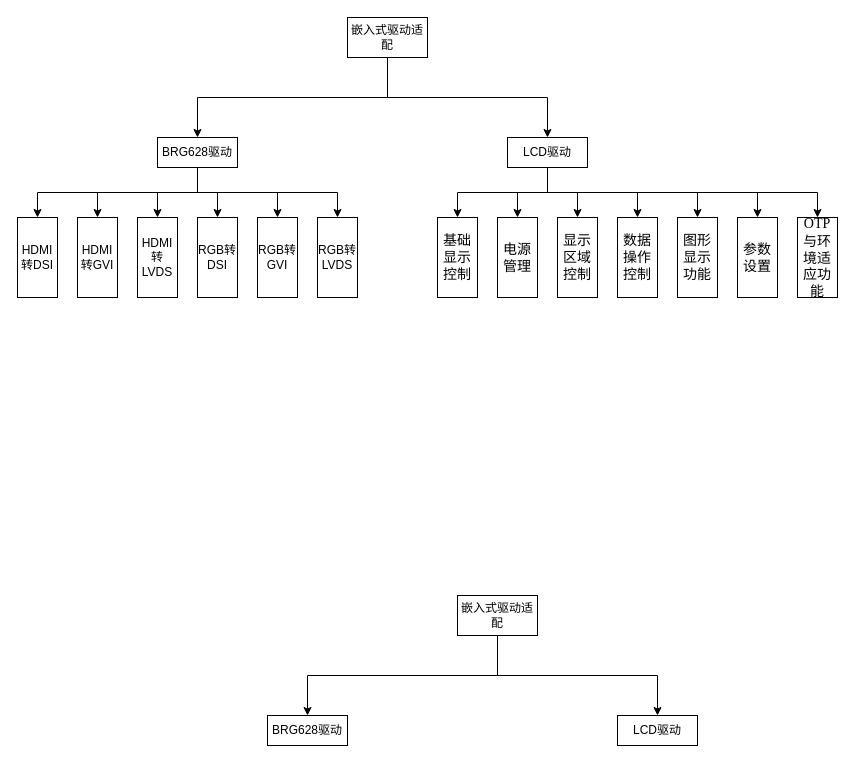
Earlier version of the draw.io diagram 软件能力图.drawio (hyyoxhk/hyyoxhk). Source tidied: cells renumbered, new cells numbered last; positions are measured from the earlier drawing's top-left corner, leaving out a move shared by most shapes. Both pictures are drawn from the tidied source at 100%, with x=0, y=0 at pixel (17, 17).
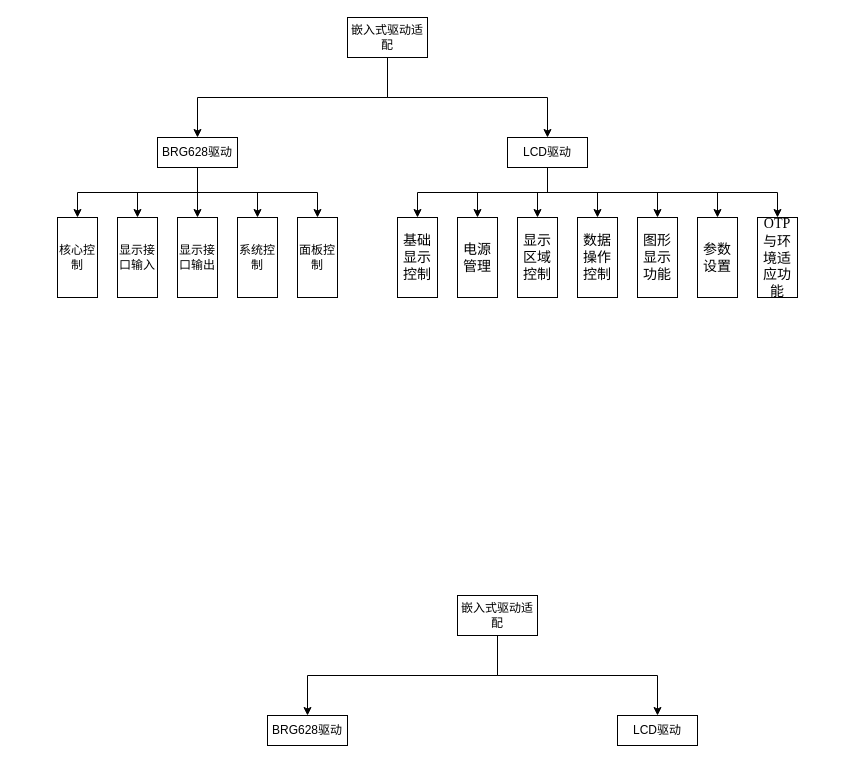
The same diagram, later.

Commit message:
更新软件能力图.drawio

Unchanged cells that the change refers to:
```xml
<mxCell id="11" value="BRG628驱动" style="rounded=0;whiteSpace=wrap;html=1;labelBackgroundColor=none;" parent="1" vertex="1">
  <mxGeometry x="140" y="120" width="80" height="30" as="geometry" />
</mxCell>
```

Diff of the diagram source:
```diff
@@
-    <mxCell id="10" style="edgeStyle=elbowEdgeStyle;rounded=0;jettySize=auto;elbow=vertical;html=1;entryX=0.5;entryY=0;entryDx=0;entryDy=0;" parent="1" edge="1" source="11" target="21">
-      <mxGeometry relative="1" as="geometry" />
-    </mxCell>
@@
-    <mxCell id="20" value="HDMI转GVI" style="rounded=0;whiteSpace=wrap;html=1;labelBackgroundColor=none;fillColor=none;" parent="1" vertex="1">
-      <mxGeometry x="60" y="200" width="40" height="80" as="geometry" />
+    <mxCell id="20" value="核心控制" style="rounded=0;whiteSpace=wrap;html=1;labelBackgroundColor=none;fillColor=none;" parent="1" vertex="1">
+      <mxGeometry x="40" y="200" width="40" height="80" as="geometry" />
     </mxCell>
-    <mxCell id="21" value="HDMI转DSI" style="rounded=0;whiteSpace=wrap;html=1;labelBackgroundColor=none;fillColor=none;" parent="1" vertex="1">
-      <mxGeometry y="200" width="40" height="80" as="geometry" />
-    </mxCell>
-    <mxCell id="22" value="HDMI转LVDS" style="rounded=0;whiteSpace=wrap;html=1;labelBackgroundColor=none;fillColor=none;" parent="1" vertex="1">
-      <mxGeometry x="120" y="200" width="40" height="80" as="geometry" />
+    <mxCell id="22" value="显示接口输入" style="rounded=0;whiteSpace=wrap;html=1;labelBackgroundColor=none;fillColor=none;" parent="1" vertex="1">
+      <mxGeometry x="100" y="200" width="40" height="80" as="geometry" />
     </mxCell>
-    <mxCell id="23" value="RGB转DSI" style="rounded=0;whiteSpace=wrap;html=1;labelBackgroundColor=none;fillColor=none;" parent="1" vertex="1">
-      <mxGeometry x="180" y="200" width="40" height="80" as="geometry" />
+    <mxCell id="23" value="显示接口输出" style="rounded=0;whiteSpace=wrap;html=1;labelBackgroundColor=none;fillColor=none;" parent="1" vertex="1">
+      <mxGeometry x="160" y="200" width="40" height="80" as="geometry" />
     </mxCell>
-    <mxCell id="24" value="RGB转LVDS" style="rounded=0;whiteSpace=wrap;html=1;labelBackgroundColor=none;fillColor=none;" parent="1" vertex="1">
-      <mxGeometry x="300" y="200" width="40" height="80" as="geometry" />
+    <mxCell id="24" value="面板控制" style="rounded=0;whiteSpace=wrap;html=1;labelBackgroundColor=none;fillColor=none;" parent="1" vertex="1">
+      <mxGeometry x="280" y="200" width="40" height="80" as="geometry" />
     </mxCell>
-    <mxCell id="25" value="RGB转GVI" style="rounded=0;whiteSpace=wrap;html=1;labelBackgroundColor=none;fillColor=none;" parent="1" vertex="1">
-      <mxGeometry x="240" y="200" width="40" height="80" as="geometry" />
+    <mxCell id="25" value="系统控制" style="rounded=0;whiteSpace=wrap;html=1;labelBackgroundColor=none;fillColor=none;" parent="1" vertex="1">
+      <mxGeometry x="220" y="200" width="40" height="80" as="geometry" />
     </mxCell>
     <mxCell id="26" value="&lt;p class=&quot;MsoNormal&quot;&gt;&lt;span style=&quot;mso-spacerun:'yes';font-family:宋体;mso-ascii-font-family:'Times New Roman';&lt;br/&gt;mso-hansi-font-family:'Times New Roman';mso-bidi-font-family:'Times New Roman';font-size:10.5000pt;&lt;br/&gt;mso-font-kerning:1.0000pt;&quot;&gt;基础显示控制&lt;/span&gt;&lt;/p&gt;" style="rounded=0;whiteSpace=wrap;html=1;labelBackgroundColor=none;fillColor=none;" parent="1" vertex="1">
-      <mxGeometry x="420" y="200" width="40" height="80" as="geometry" />
+      <mxGeometry x="380" y="200" width="40" height="80" as="geometry" />
     </mxCell>
     <mxCell id="27" value="&lt;p class=&quot;MsoNormal&quot;&gt;&lt;span style=&quot;mso-spacerun:'yes';font-family:宋体;mso-ascii-font-family:'Times New Roman';&lt;br/&gt;mso-hansi-font-family:'Times New Roman';mso-bidi-font-family:'Times New Roman';font-size:10.5000pt;&lt;br/&gt;mso-font-kerning:1.0000pt;&quot;&gt;电源管理&lt;/span&gt;&lt;/p&gt;" style="rounded=0;whiteSpace=wrap;html=1;labelBackgroundColor=none;fillColor=none;" parent="1" vertex="1">
-      <mxGeometry x="480" y="200" width="40" height="80" as="geometry" />
+      <mxGeometry x="440" y="200" width="40" height="80" as="geometry" />
     </mxCell>
     <mxCell id="28" value="&lt;p class=&quot;MsoNormal&quot;&gt;&lt;span style=&quot;mso-spacerun:'yes';font-family:宋体;mso-ascii-font-family:'Times New Roman';&lt;br/&gt;mso-hansi-font-family:'Times New Roman';mso-bidi-font-family:'Times New Roman';font-size:10.5000pt;&lt;br/&gt;mso-font-kerning:1.0000pt;&quot;&gt;显示区域控制&lt;/span&gt;&lt;/p&gt;" style="rounded=0;whiteSpace=wrap;html=1;labelBackgroundColor=none;fillColor=none;" parent="1" vertex="1">
-      <mxGeometry x="540" y="200" width="40" height="80" as="geometry" />
+      <mxGeometry x="500" y="200" width="40" height="80" as="geometry" />
     </mxCell>
     <mxCell id="29" value="&lt;p class=&quot;MsoNormal&quot;&gt;&lt;span style=&quot;mso-spacerun:'yes';font-family:宋体;mso-ascii-font-family:'Times New Roman';&lt;br/&gt;mso-hansi-font-family:'Times New Roman';mso-bidi-font-family:'Times New Roman';font-size:10.5000pt;&lt;br/&gt;mso-font-kerning:1.0000pt;&quot;&gt;数据操作控制&lt;/span&gt;&lt;/p&gt;" style="rounded=0;whiteSpace=wrap;html=1;labelBackgroundColor=none;fillColor=none;" parent="1" vertex="1">
-      <mxGeometry x="600" y="200" width="40" height="80" as="geometry" />
+      <mxGeometry x="560" y="200" width="40" height="80" as="geometry" />
     </mxCell>
     <mxCell id="30" value="&lt;p class=&quot;MsoNormal&quot;&gt;&lt;span style=&quot;mso-spacerun:'yes';font-family:宋体;mso-ascii-font-family:'Times New Roman';&lt;br/&gt;mso-hansi-font-family:'Times New Roman';mso-bidi-font-family:'Times New Roman';font-size:10.5000pt;&lt;br/&gt;mso-font-kerning:1.0000pt;&quot;&gt;图形显示功能&lt;/span&gt;&lt;/p&gt;" style="rounded=0;whiteSpace=wrap;html=1;labelBackgroundColor=none;fillColor=none;" parent="1" vertex="1">
-      <mxGeometry x="660" y="200" width="40" height="80" as="geometry" />
+      <mxGeometry x="620" y="200" width="40" height="80" as="geometry" />
     </mxCell>
     <mxCell id="31" value="&lt;p class=&quot;MsoNormal&quot;&gt;&lt;span style=&quot;mso-spacerun:'yes';font-family:宋体;mso-ascii-font-family:'Times New Roman';&lt;br/&gt;mso-hansi-font-family:'Times New Roman';mso-bidi-font-family:'Times New Roman';font-size:10.5000pt;&lt;br/&gt;mso-font-kerning:1.0000pt;&quot;&gt;参数设置&lt;/span&gt;&lt;/p&gt;" style="rounded=0;whiteSpace=wrap;html=1;labelBackgroundColor=none;fillColor=none;" parent="1" vertex="1">
-      <mxGeometry x="720" y="200" width="40" height="80" as="geometry" />
+      <mxGeometry x="680" y="200" width="40" height="80" as="geometry" />
     </mxCell>
     <mxCell id="32" value="&lt;p class=&quot;MsoNormal&quot;&gt;&lt;span style=&quot;mso-spacerun:'yes';font-family:宋体;mso-ascii-font-family:'Times New Roman';&lt;br/&gt;mso-hansi-font-family:'Times New Roman';mso-bidi-font-family:'Times New Roman';font-size:10.5000pt;&lt;br/&gt;mso-font-kerning:1.0000pt;&quot;&gt;&lt;font face=&quot;Times New Roman&quot;&gt;OTP&lt;/font&gt;&lt;font face=&quot;宋体&quot;&gt;与环境适应功能&lt;/font&gt;&lt;/span&gt;&lt;/p&gt;" style="rounded=0;whiteSpace=wrap;html=1;labelBackgroundColor=none;fillColor=none;" parent="1" vertex="1">
-      <mxGeometry x="780" y="200" width="40" height="80" as="geometry" />
+      <mxGeometry x="740" y="200" width="40" height="80" as="geometry" />
     </mxCell>
```
